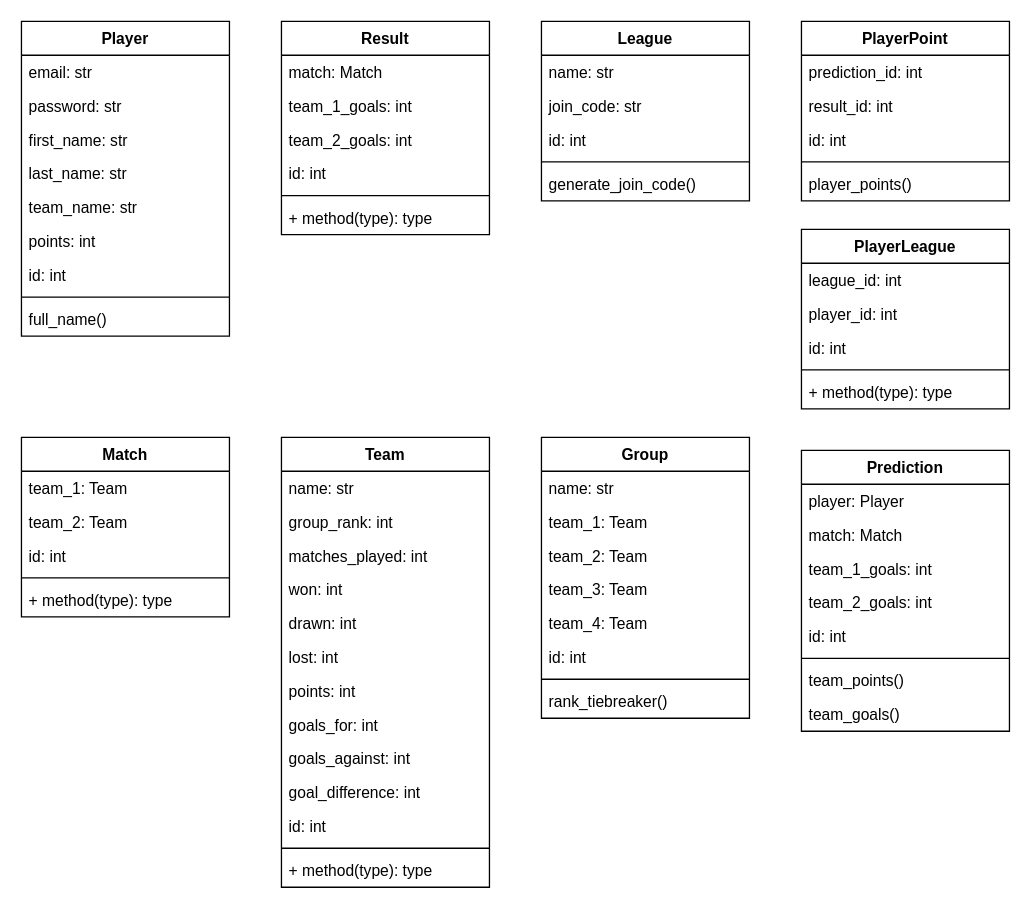
Above: planning/class_diagram.drawio in Stanhoucke/euros_predictor (draw.io), before the change. Source tidied: cells renumbered, new cells numbered last; positions are measured from the earlier drawing's top-left corner, leaving out a move shared by most shapes. Both pictures are drawn from the tidied source at 130%, with x=0, y=0 at pixel (21, 21).
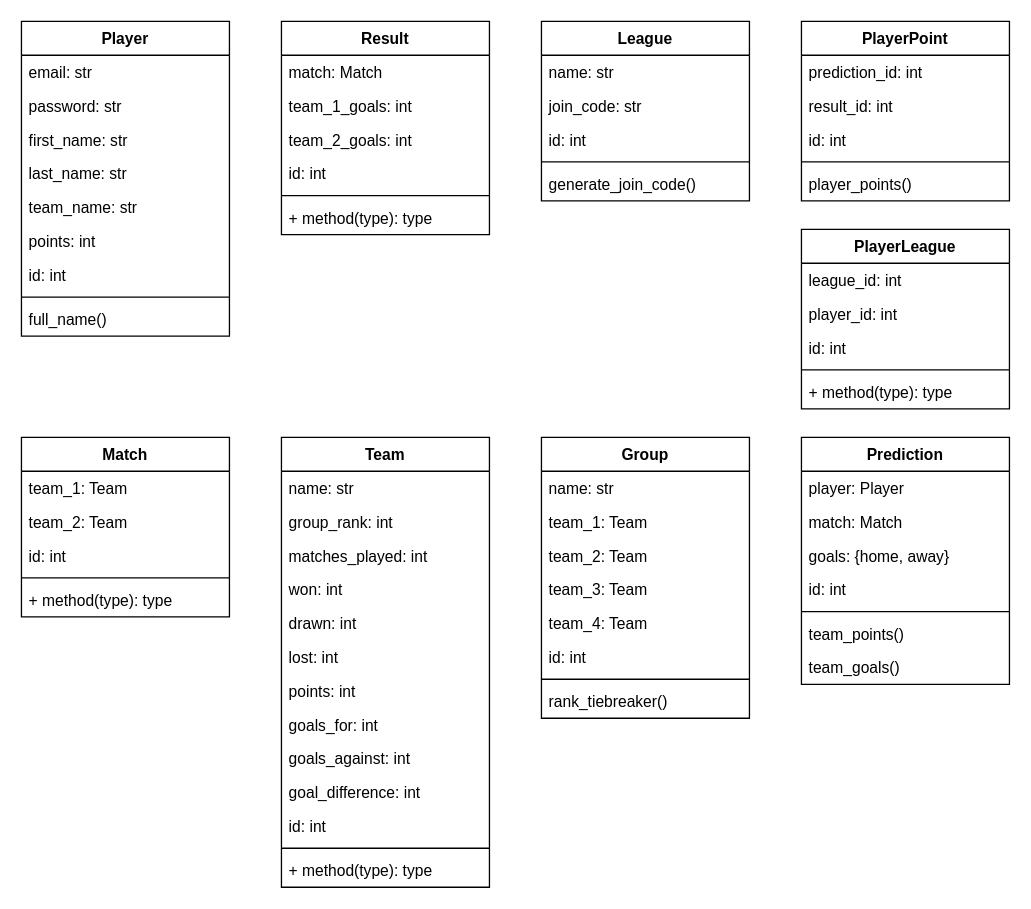
The same diagram, later.

Commit message:
project on hold as studies resume

What changed in the source:
```diff
@@
     <mxCell id="44" value="Prediction" style="swimlane;fontStyle=1;align=center;verticalAlign=top;horizontal=1;startSize=26;" parent="1" vertex="1">
-      <mxGeometry x="600" y="330" width="160" height="216" as="geometry" />
+      <mxGeometry x="600" y="320" width="160" height="190" as="geometry" />
     </mxCell>
@@
-    <mxCell id="47" value="team_1_goals: int" style="text;strokeColor=none;fillColor=none;align=left;verticalAlign=top;spacingLeft=4;spacingRight=4;overflow=hidden;" parent="44" vertex="1">
+    <mxCell id="47" value="goals: {home, away}" style="text;strokeColor=none;fillColor=none;align=left;verticalAlign=top;spacingLeft=4;spacingRight=4;overflow=hidden;" parent="44" vertex="1">
       <mxGeometry y="78" width="160" height="26" as="geometry" />
     </mxCell>
-    <mxCell id="48" value="team_2_goals: int" style="text;strokeColor=none;fillColor=none;align=left;verticalAlign=top;spacingLeft=4;spacingRight=4;overflow=hidden;" parent="44" vertex="1">
-      <mxGeometry y="104" width="160" height="26" as="geometry" />
-    </mxCell>
     <mxCell id="49" value="id: int" style="text;strokeColor=none;fillColor=none;align=left;verticalAlign=top;spacingLeft=4;spacingRight=4;overflow=hidden;" parent="44" vertex="1">
-      <mxGeometry y="130" width="160" height="26" as="geometry" />
+      <mxGeometry y="104" width="160" height="26" as="geometry" />
     </mxCell>
     <mxCell id="50" style="line;strokeWidth=1;fillColor=none;align=left;verticalAlign=middle;spacingTop=-1;spacingLeft=3;spacingRight=3;labelPosition=right;" parent="44" vertex="1">
-      <mxGeometry y="156" width="160" height="8" as="geometry" />
+      <mxGeometry y="130" width="160" height="8" as="geometry" />
     </mxCell>
     <mxCell id="51" value="team_points()" style="text;strokeColor=none;fillColor=none;align=left;verticalAlign=top;spacingLeft=4;spacingRight=4;overflow=hidden;" parent="44" vertex="1">
-      <mxGeometry y="164" width="160" height="26" as="geometry" />
+      <mxGeometry y="138" width="160" height="26" as="geometry" />
     </mxCell>
     <mxCell id="52" value="team_goals()" style="text;strokeColor=none;fillColor=none;align=left;verticalAlign=top;spacingLeft=4;spacingRight=4;overflow=hidden;" parent="44" vertex="1">
-      <mxGeometry y="190" width="160" height="26" as="geometry" />
+      <mxGeometry y="164" width="160" height="26" as="geometry" />
     </mxCell>
```
